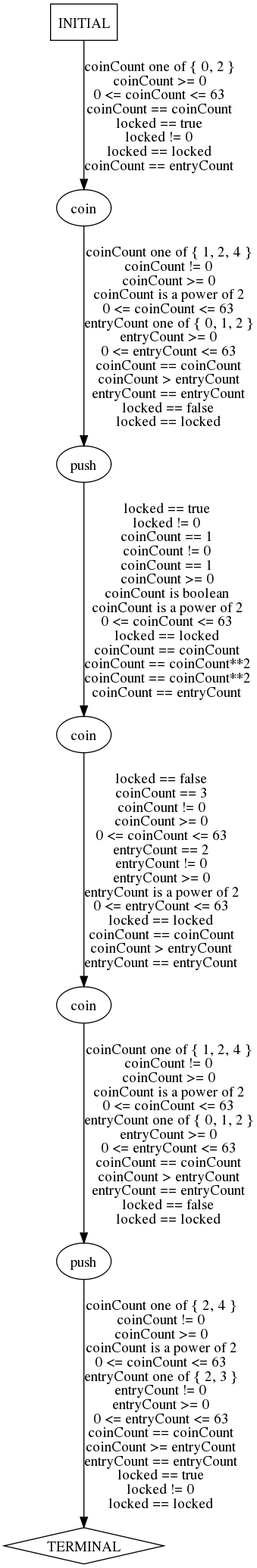
This is traces/abstract/turnstile-example/predicted-paths/turnstile-example-test7.dot.png from ModelInference/synoptic, a Graphviz export, as it was before one commit. Its source is kept beside it as traces/abstract/turnstile-example/predicted-paths/turnstile-example-test7.dot. Its diagram source:
```dot
digraph {
  0 [label="coin"];
  1 [label="coin"];
  2 [label="coin"];
  3 [label="push"];
  4 [label="push"];
  5 [label="TERMINAL",shape=diamond];
  6 [label="INITIAL",shape=box];
0->3 [label="coinCount one of { 1, 2, 4 }\ncoinCount != 0\ncoinCount >= 0\ncoinCount is a power of 2\n0 <= coinCount <= 63\nentryCount one of { 0, 1, 2 }\nentryCount >= 0\n0 <= entryCount <= 63\ncoinCount == coinCount\ncoinCount > entryCount\nentryCount == entryCount\nlocked == false\nlocked == locked",];
1->2 [label="locked == false\ncoinCount == 3\ncoinCount != 0\ncoinCount >= 0\n0 <= coinCount <= 63\nentryCount == 2\nentryCount != 0\nentryCount >= 0\nentryCount is a power of 2\n0 <= entryCount <= 63\nlocked == locked\ncoinCount == coinCount\ncoinCount > entryCount\nentryCount == entryCount",];
2->4 [label="coinCount one of { 1, 2, 4 }\ncoinCount != 0\ncoinCount >= 0\ncoinCount is a power of 2\n0 <= coinCount <= 63\nentryCount one of { 0, 1, 2 }\nentryCount >= 0\n0 <= entryCount <= 63\ncoinCount == coinCount\ncoinCount > entryCount\nentryCount == entryCount\nlocked == false\nlocked == locked",];
3->1 [label="locked == true\nlocked != 0\ncoinCount == 1\ncoinCount != 0\ncoinCount == 1\ncoinCount >= 0\ncoinCount is boolean\ncoinCount is a power of 2\n0 <= coinCount <= 63\nlocked == locked\ncoinCount == coinCount\ncoinCount == coinCount**2\ncoinCount == coinCount**2\ncoinCount == entryCount",];
4->5 [label="coinCount one of { 2, 4 }\ncoinCount != 0\ncoinCount >= 0\ncoinCount is a power of 2\n0 <= coinCount <= 63\nentryCount one of { 2, 3 }\nentryCount != 0\nentryCount >= 0\n0 <= entryCount <= 63\ncoinCount == coinCount\ncoinCount >= entryCount\nentryCount == entryCount\nlocked == true\nlocked != 0\nlocked == locked",];
6->0 [label="coinCount one of { 0, 2 }\ncoinCount >= 0\n0 <= coinCount <= 63\ncoinCount == coinCount\nlocked == true\nlocked != 0\nlocked == locked\ncoinCount == entryCount",];
} // digraph {
```
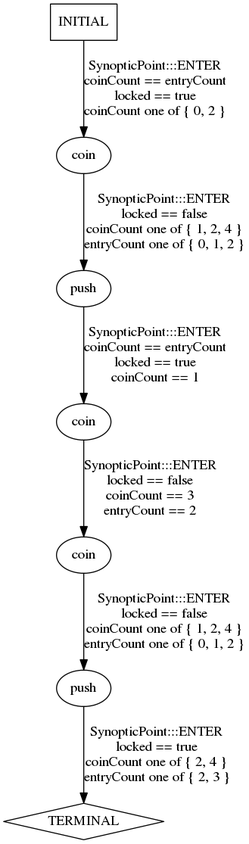
After the change.

Diff of the diagram source:
```diff
@@ -6,10 +6,10 @@
   4 [label="push"];
   5 [label="TERMINAL",shape=diamond];
   6 [label="INITIAL",shape=box];
-0->3 [label="coinCount one of { 1, 2, 4 }\ncoinCount != 0\ncoinCount >= 0\ncoinCount is a power of 2\n0 <= coinCount <= 63\nentryCount one of { 0, 1, 2 }\nentryCount >= 0\n0 <= entryCount <= 63\ncoinCount == coinCount\ncoinCount > entryCount\nentryCount == entryCount\nlocked == false\nlocked == locked",];
-1->2 [label="locked == false\ncoinCount == 3\ncoinCount != 0\ncoinCount >= 0\n0 <= coinCount <= 63\nentryCount == 2\nentryCount != 0\nentryCount >= 0\nentryCount is a power of 2\n0 <= entryCount <= 63\nlocked == locked\ncoinCount == coinCount\ncoinCount > entryCount\nentryCount == entryCount",];
-2->4 [label="coinCount one of { 1, 2, 4 }\ncoinCount != 0\ncoinCount >= 0\ncoinCount is a power of 2\n0 <= coinCount <= 63\nentryCount one of { 0, 1, 2 }\nentryCount >= 0\n0 <= entryCount <= 63\ncoinCount == coinCount\ncoinCount > entryCount\nentryCount == entryCount\nlocked == false\nlocked == locked",];
-3->1 [label="locked == true\nlocked != 0\ncoinCount == 1\ncoinCount != 0\ncoinCount == 1\ncoinCount >= 0\ncoinCount is boolean\ncoinCount is a power of 2\n0 <= coinCount <= 63\nlocked == locked\ncoinCount == coinCount\ncoinCount == coinCount**2\ncoinCount == coinCount**2\ncoinCount == entryCount",];
-4->5 [label="coinCount one of { 2, 4 }\ncoinCount != 0\ncoinCount >= 0\ncoinCount is a power of 2\n0 <= coinCount <= 63\nentryCount one of { 2, 3 }\nentryCount != 0\nentryCount >= 0\n0 <= entryCount <= 63\ncoinCount == coinCount\ncoinCount >= entryCount\nentryCount == entryCount\nlocked == true\nlocked != 0\nlocked == locked",];
-6->0 [label="coinCount one of { 0, 2 }\ncoinCount >= 0\n0 <= coinCount <= 63\ncoinCount == coinCount\nlocked == true\nlocked != 0\nlocked == locked\ncoinCount == entryCount",];
+0->3 [label="SynopticPoint:::ENTER\nlocked == false\ncoinCount one of { 1, 2, 4 }\nentryCount one of { 0, 1, 2 }\n",];
+1->2 [label="SynopticPoint:::ENTER\nlocked == false\ncoinCount == 3\nentryCount == 2\n",];
+2->4 [label="SynopticPoint:::ENTER\nlocked == false\ncoinCount one of { 1, 2, 4 }\nentryCount one of { 0, 1, 2 }\n",];
+3->1 [label="SynopticPoint:::ENTER\ncoinCount == entryCount\nlocked == true\ncoinCount == 1\n",];
+4->5 [label="SynopticPoint:::ENTER\nlocked == true\ncoinCount one of { 2, 4 }\nentryCount one of { 2, 3 }\n",];
+6->0 [label="SynopticPoint:::ENTER\ncoinCount == entryCount\nlocked == true\ncoinCount one of { 0, 2 }\n",];
 } // digraph {
```
